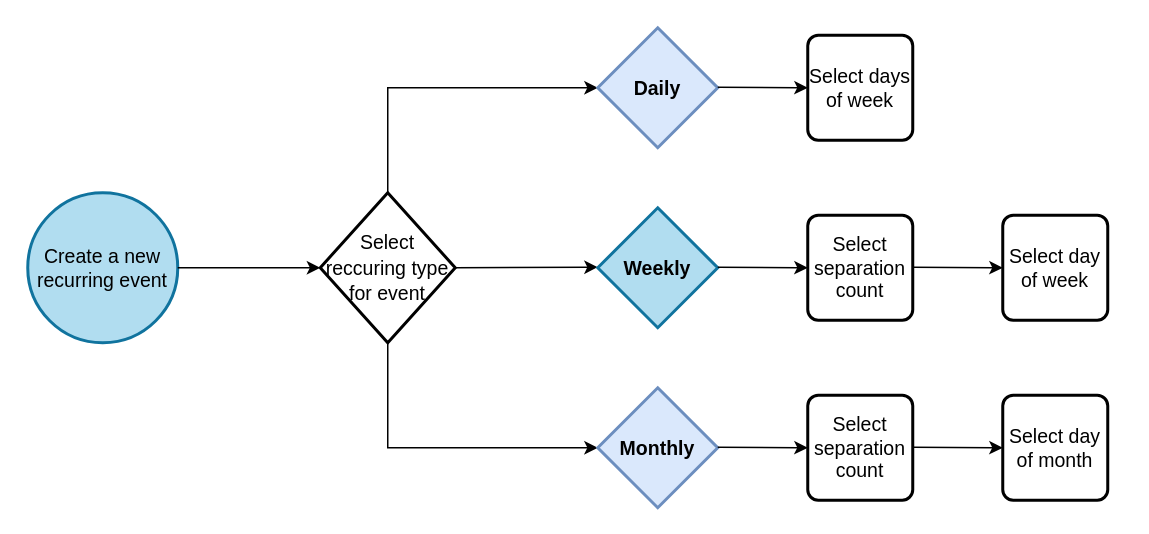
The draw.io diagram Documentation/meetings.recurrence.drawio in TeodoraLazaroiu/Meeting-Management-Application, before the edit. Source tidied: cells renumbered, new cells numbered last; positions are measured from the earlier drawing's top-left corner, leaving out a move shared by most shapes. Both pictures are drawn from the tidied source at 150%, with x=0, y=0 at pixel (27, 27).
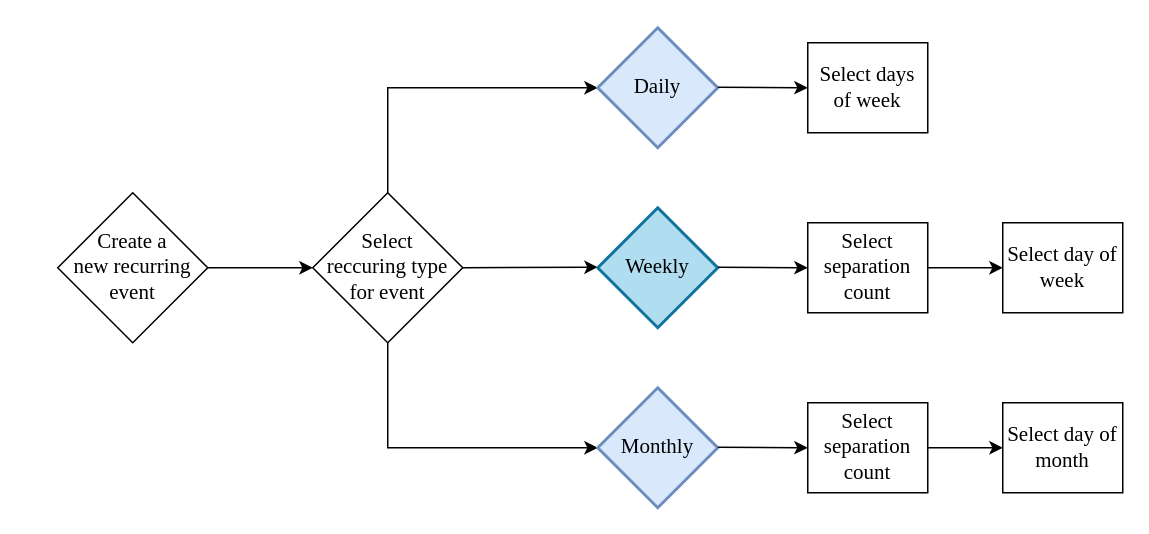
The same page after the edit.

What changed in the source:
```diff
@@
-    <mxCell id="2" value="&lt;font style=&quot;font-size: 13px;&quot;&gt;Create a new recurring event&lt;/font&gt;" style="strokeWidth=2;html=1;shape=mxgraph.flowchart.start_2;whiteSpace=wrap;fillColor=#b1ddf0;strokeColor=#10739e;" parent="1" vertex="1">
-      <mxGeometry y="110" width="100" height="100" as="geometry" />
-    </mxCell>
-    <mxCell id="3" style="endArrow=classic;html=1;rounded=0;fontSize=14;exitX=1;exitY=0.5;exitDx=0;exitDy=0;exitPerimeter=0;entryX=0;entryY=0.5;entryDx=0;entryDy=0;entryPerimeter=0;" parent="1" edge="1" source="2" target="4">
-      <mxGeometry relative="1" as="geometry" />
+    <mxCell id="3" style="endArrow=classic;html=1;rounded=0;fontSize=14;exitX=1;exitY=0.5;exitDx=0;exitDy=0;exitPerimeter=0;fontFamily=Times New Roman;" parent="1" edge="1">
+      <mxGeometry relative="1" as="geometry">
+        <mxPoint x="100" y="160" as="sourcePoint" />
+        <mxPoint x="190" y="160" as="targetPoint" />
+      </mxGeometry>
     </mxCell>
-    <mxCell id="4" value="&lt;span style=&quot;border-color: var(--border-color);&quot;&gt;&lt;font style=&quot;border-color: var(--border-color); font-size: 13px;&quot;&gt;Select reccuring type for event&lt;/font&gt;&lt;/span&gt;" style="strokeWidth=2;html=1;shape=mxgraph.flowchart.decision;whiteSpace=wrap;fontSize=14;" parent="1" vertex="1">
-      <mxGeometry x="195" y="110" width="90" height="100" as="geometry" />
+    <mxCell id="4" value="&lt;span style=&quot;border-color: var(--border-color); font-size: 14px;&quot;&gt;&lt;font style=&quot;border-color: var(--border-color); font-size: 14px;&quot;&gt;Select&lt;br&gt;reccuring type for event&lt;/font&gt;&lt;/span&gt;" style="strokeWidth=1;html=1;shape=mxgraph.flowchart.decision;whiteSpace=wrap;fontSize=14;fontFamily=Times New Roman;" parent="1" vertex="1">
+      <mxGeometry x="190" y="110" width="100" height="100" as="geometry" />
     </mxCell>
-    <mxCell id="5" style="endArrow=classic;html=1;rounded=0;fontSize=14;exitX=1;exitY=0.5;exitDx=0;exitDy=0;exitPerimeter=0;" parent="1" edge="1" source="4">
+    <mxCell id="5" style="endArrow=classic;html=1;rounded=0;fontSize=14;fontFamily=Times New Roman;" parent="1" edge="1">
       <mxGeometry relative="1" as="geometry">
+        <mxPoint x="290" y="160" as="sourcePoint" />
         <mxPoint x="380" y="159.6" as="targetPoint" />
       </mxGeometry>
     </mxCell>
-    <mxCell id="6" style="endArrow=classic;html=1;rounded=0;fontSize=14;exitX=1;exitY=0.5;exitDx=0;exitDy=0;exitPerimeter=0;" parent="1" edge="1">
+    <mxCell id="6" style="endArrow=classic;html=1;rounded=0;fontSize=14;exitX=1;exitY=0.5;exitDx=0;exitDy=0;exitPerimeter=0;fontFamily=Times New Roman;" parent="1" edge="1">
       <mxGeometry relative="1" as="geometry">
         <mxPoint x="240" y="210" as="sourcePoint" />
         <mxPoint x="380" y="280" as="targetPoint" />
         <Array as="points">
           <mxPoint x="240" y="280" />
         </Array>
       </mxGeometry>
     </mxCell>
-    <mxCell id="7" style="endArrow=classic;html=1;rounded=0;fontSize=14;exitX=1;exitY=0.5;exitDx=0;exitDy=0;exitPerimeter=0;" parent="1" edge="1">
+    <mxCell id="7" style="endArrow=classic;html=1;rounded=0;fontSize=14;exitX=1;exitY=0.5;exitDx=0;exitDy=0;exitPerimeter=0;fontFamily=Times New Roman;" parent="1" edge="1">
       <mxGeometry relative="1" as="geometry">
         <mxPoint x="240" y="110" as="sourcePoint" />
         <mxPoint x="380" y="40" as="targetPoint" />
         <Array as="points">
           <mxPoint x="240" y="40" />
         </Array>
       </mxGeometry>
     </mxCell>
-    <mxCell id="8" value="&lt;b&gt;Daily&lt;/b&gt;" style="strokeWidth=2;html=1;shape=mxgraph.flowchart.decision;whiteSpace=wrap;fontSize=13;fillColor=#dae8fc;strokeColor=#6c8ebf;" parent="1" vertex="1">
+    <mxCell id="8" value="Daily" style="strokeWidth=2;html=1;shape=mxgraph.flowchart.decision;whiteSpace=wrap;fontSize=14;fillColor=#dae8fc;strokeColor=#6c8ebf;fontFamily=Times New Roman;" parent="1" vertex="1">
       <mxGeometry x="380" width="80" height="80" as="geometry" />
     </mxCell>
-    <mxCell id="9" value="&lt;b&gt;Weekly&lt;/b&gt;" style="strokeWidth=2;html=1;shape=mxgraph.flowchart.decision;whiteSpace=wrap;fontSize=13;fillColor=#b1ddf0;strokeColor=#10739e;" parent="1" vertex="1">
+    <mxCell id="9" value="Weekly" style="strokeWidth=2;html=1;shape=mxgraph.flowchart.decision;whiteSpace=wrap;fontSize=14;fillColor=#b1ddf0;strokeColor=#10739e;fontFamily=Times New Roman;" parent="1" vertex="1">
       <mxGeometry x="380" y="120" width="80" height="80" as="geometry" />
     </mxCell>
-    <mxCell id="10" value="&lt;b&gt;Monthly&lt;/b&gt;" style="strokeWidth=2;html=1;shape=mxgraph.flowchart.decision;whiteSpace=wrap;fontSize=13;fillColor=#dae8fc;strokeColor=#6c8ebf;" parent="1" vertex="1">
+    <mxCell id="10" value="Monthly" style="strokeWidth=2;html=1;shape=mxgraph.flowchart.decision;whiteSpace=wrap;fontSize=14;fillColor=#dae8fc;strokeColor=#6c8ebf;fontFamily=Times New Roman;" parent="1" vertex="1">
       <mxGeometry x="380" y="240" width="80" height="80" as="geometry" />
     </mxCell>
-    <mxCell id="11" style="endArrow=classic;html=1;rounded=0;fontSize=14;exitX=1;exitY=0.5;exitDx=0;exitDy=0;exitPerimeter=0;" parent="1" edge="1">
+    <mxCell id="11" style="endArrow=classic;html=1;rounded=0;fontSize=14;exitX=1;exitY=0.5;exitDx=0;exitDy=0;exitPerimeter=0;fontFamily=Times New Roman;" parent="1" edge="1">
       <mxGeometry relative="1" as="geometry">
         <mxPoint x="460" y="39.7" as="sourcePoint" />
         <mxPoint x="520" y="40" as="targetPoint" />
       </mxGeometry>
     </mxCell>
-    <mxCell id="12" value="Select days of week" style="rounded=1;whiteSpace=wrap;html=1;absoluteArcSize=1;arcSize=14;strokeWidth=2;fontSize=13;" parent="1" vertex="1">
-      <mxGeometry x="520" y="5" width="70" height="70" as="geometry" />
+    <mxCell id="12" value="Select days of week" style="rounded=0;whiteSpace=wrap;html=1;absoluteArcSize=1;arcSize=14;strokeWidth=1;fontSize=14;fontFamily=Times New Roman;" parent="1" vertex="1">
+      <mxGeometry x="520" y="10" width="80" height="60" as="geometry" />
     </mxCell>
-    <mxCell id="13" value="Select separation count" style="rounded=1;whiteSpace=wrap;html=1;absoluteArcSize=1;arcSize=14;strokeWidth=2;fontSize=13;" parent="1" vertex="1">
-      <mxGeometry x="520" y="125" width="70" height="70" as="geometry" />
+    <mxCell id="13" value="Select separation count" style="rounded=0;whiteSpace=wrap;html=1;absoluteArcSize=1;arcSize=14;strokeWidth=1;fontSize=14;fontFamily=Times New Roman;" parent="1" vertex="1">
+      <mxGeometry x="520" y="130" width="80" height="60" as="geometry" />
     </mxCell>
-    <mxCell id="14" style="endArrow=classic;html=1;rounded=0;fontSize=14;exitX=1;exitY=0.5;exitDx=0;exitDy=0;exitPerimeter=0;" parent="1" edge="1">
+    <mxCell id="14" style="endArrow=classic;html=1;rounded=0;fontSize=14;exitX=1;exitY=0.5;exitDx=0;exitDy=0;exitPerimeter=0;fontFamily=Times New Roman;" parent="1" edge="1">
       <mxGeometry relative="1" as="geometry">
         <mxPoint x="460" y="159.7" as="sourcePoint" />
         <mxPoint x="520" y="160" as="targetPoint" />
       </mxGeometry>
     </mxCell>
-    <mxCell id="15" style="endArrow=classic;html=1;rounded=0;fontSize=14;exitX=1;exitY=0.5;exitDx=0;exitDy=0;exitPerimeter=0;" parent="1" edge="1">
+    <mxCell id="15" style="endArrow=classic;html=1;rounded=0;fontSize=14;fontFamily=Times New Roman;" parent="1" edge="1">
       <mxGeometry relative="1" as="geometry">
-        <mxPoint x="590" y="159.7" as="sourcePoint" />
+        <mxPoint x="600" y="160" as="sourcePoint" />
         <mxPoint x="650" y="160" as="targetPoint" />
       </mxGeometry>
     </mxCell>
-    <mxCell id="16" value="Select day of week" style="rounded=1;whiteSpace=wrap;html=1;absoluteArcSize=1;arcSize=14;strokeWidth=2;fontSize=13;" parent="1" vertex="1">
-      <mxGeometry x="650" y="125" width="70" height="70" as="geometry" />
+    <mxCell id="16" value="Select day of week" style="rounded=0;whiteSpace=wrap;html=1;absoluteArcSize=1;arcSize=14;strokeWidth=1;fontSize=14;fontFamily=Times New Roman;" parent="1" vertex="1">
+      <mxGeometry x="650" y="130" width="80" height="60" as="geometry" />
     </mxCell>
-    <mxCell id="17" value="Select separation count" style="rounded=1;whiteSpace=wrap;html=1;absoluteArcSize=1;arcSize=14;strokeWidth=2;fontSize=13;" parent="1" vertex="1">
-      <mxGeometry x="520" y="245" width="70" height="70" as="geometry" />
+    <mxCell id="17" value="Select separation count" style="rounded=0;whiteSpace=wrap;html=1;absoluteArcSize=1;arcSize=14;strokeWidth=1;fontSize=14;fillColor=default;fontFamily=Times New Roman;" parent="1" vertex="1">
+      <mxGeometry x="520" y="250" width="80" height="60" as="geometry" />
     </mxCell>
-    <mxCell id="18" style="endArrow=classic;html=1;rounded=0;fontSize=14;exitX=1;exitY=0.5;exitDx=0;exitDy=0;exitPerimeter=0;" parent="1" edge="1">
+    <mxCell id="18" style="endArrow=classic;html=1;rounded=0;fontSize=14;exitX=1;exitY=0.5;exitDx=0;exitDy=0;exitPerimeter=0;fontFamily=Times New Roman;" parent="1" edge="1">
       <mxGeometry relative="1" as="geometry">
         <mxPoint x="460" y="279.7" as="sourcePoint" />
         <mxPoint x="520" y="280" as="targetPoint" />
       </mxGeometry>
     </mxCell>
-    <mxCell id="19" style="endArrow=classic;html=1;rounded=0;fontSize=14;exitX=1;exitY=0.5;exitDx=0;exitDy=0;exitPerimeter=0;" parent="1" edge="1">
+    <mxCell id="19" style="endArrow=classic;html=1;rounded=0;fontSize=14;fontFamily=Times New Roman;" parent="1" edge="1">
       <mxGeometry relative="1" as="geometry">
-        <mxPoint x="590" y="279.7" as="sourcePoint" />
+        <mxPoint x="600" y="280" as="sourcePoint" />
         <mxPoint x="650" y="280" as="targetPoint" />
       </mxGeometry>
     </mxCell>
-    <mxCell id="20" value="Select day of month" style="rounded=1;whiteSpace=wrap;html=1;absoluteArcSize=1;arcSize=14;strokeWidth=2;fontSize=13;" parent="1" vertex="1">
-      <mxGeometry x="650" y="245" width="70" height="70" as="geometry" />
+    <mxCell id="20" value="Select day of month" style="rounded=0;whiteSpace=wrap;html=1;absoluteArcSize=1;arcSize=14;strokeWidth=1;fontSize=14;fontFamily=Times New Roman;" parent="1" vertex="1">
+      <mxGeometry x="650" y="250" width="80" height="60" as="geometry" />
     </mxCell>
+    <mxCell id="2" value="&lt;span style=&quot;border-color: var(--border-color); font-size: 14px;&quot;&gt;&lt;font style=&quot;border-color: var(--border-color); font-size: 14px;&quot;&gt;Create a&lt;br style=&quot;font-size: 14px;&quot;&gt;new recurring event&lt;/font&gt;&lt;/span&gt;" style="strokeWidth=1;html=1;shape=mxgraph.flowchart.decision;whiteSpace=wrap;fontSize=14;fontFamily=Times New Roman;" parent="1" vertex="1">
+      <mxGeometry x="20" y="110" width="100" height="100" as="geometry" />
+    </mxCell>
```
